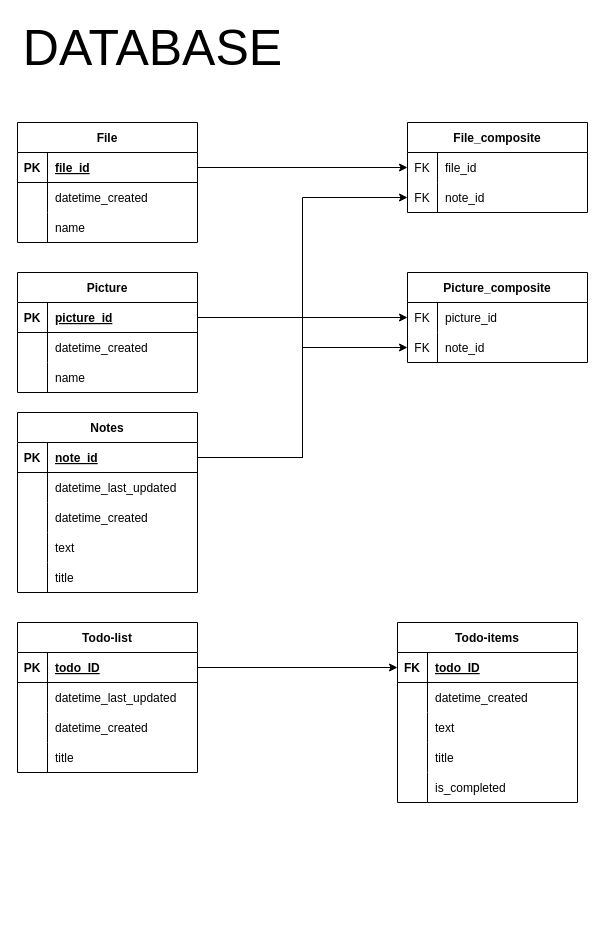
dreamc4t/PimordieProject keeps this draw.io diagram as Doc/DATABAS pimordie.drawio. Above is the earlier version. Source tidied: cells renumbered, new cells numbered last; positions are measured from the earlier drawing's top-left corner, leaving out a move shared by most shapes. Both pictures are drawn from the tidied source at 100%, with x=0, y=0 at pixel (17, 32).
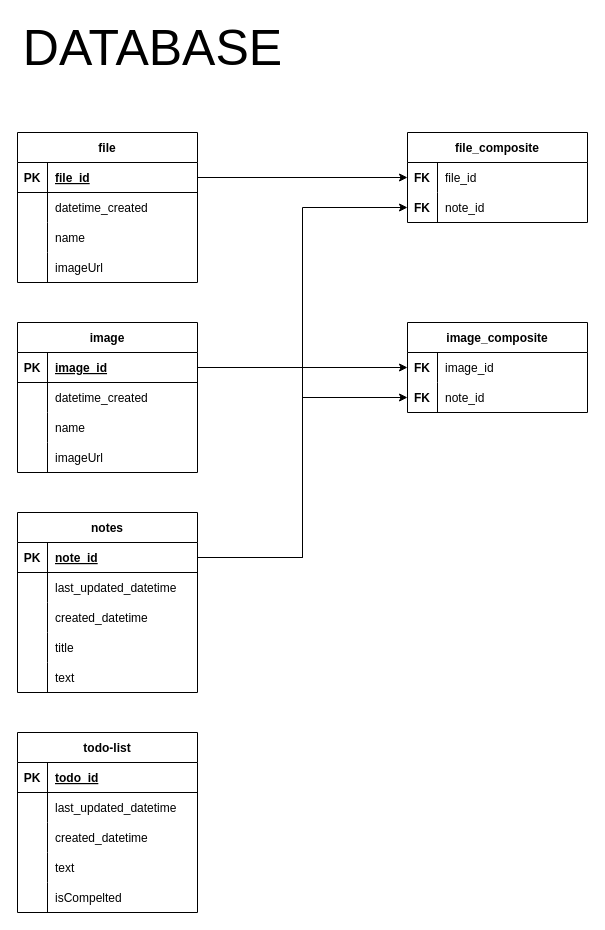
Above is the later version.

Unchanged cells that the change refers to:
```xml
<mxCell id="3" style="shape=partialRectangle;fillColor=none;top=0;left=0;bottom=1;right=0;points=[[0,0.5],[1,0.5]];portConstraint=eastwest;" parent="2" vertex="1">
  <mxGeometry y="30" width="180" height="30" as="geometry" />
</mxCell>
<mxCell id="6" style="shape=partialRectangle;fillColor=none;top=0;left=0;bottom=0;right=0;" parent="2" vertex="1">
  <mxGeometry y="60" width="180" height="30" as="geometry" />
</mxCell>
<mxCell id="9" style="shape=partialRectangle;fillColor=none;top=0;left=0;bottom=0;right=0;" parent="2" vertex="1">
  <mxGeometry y="90" width="180" height="30" as="geometry" />
</mxCell>
<mxCell id="19" style="shape=partialRectangle;fillColor=none;top=0;left=0;bottom=1;right=0;points=[[0,0.5],[1,0.5]];portConstraint=eastwest;" parent="18" vertex="1">
  <mxGeometry y="30" width="180" height="30" as="geometry" />
</mxCell>
<mxCell id="29" style="shape=partialRectangle;fillColor=none;top=0;left=0;bottom=1;right=0;points=[[0,0.5],[1,0.5]];portConstraint=eastwest;" parent="28" vertex="1">
  <mxGeometry y="30" width="180" height="30" as="geometry" />
</mxCell>
<mxCell id="39" style="shape=partialRectangle;fillColor=none;top=0;left=0;bottom=0;right=0;points=[[0,0.5],[1,0.5]];portConstraint=eastwest;" parent="38" vertex="1">
  <mxGeometry y="30" width="180" height="30" as="geometry" />
</mxCell>
<mxCell id="42" style="shape=partialRectangle;fillColor=none;top=0;left=0;bottom=0;right=0;points=[[0,0.5],[1,0.5]];portConstraint=eastwest;" parent="38" vertex="1">
  <mxGeometry y="60" width="180" height="30" as="geometry" />
</mxCell>
<mxCell id="46" style="shape=partialRectangle;fillColor=none;top=0;left=0;bottom=0;right=0;points=[[0,0.5],[1,0.5]];portConstraint=eastwest;" parent="45" vertex="1">
  <mxGeometry y="30" width="180" height="30" as="geometry" />
</mxCell>
<mxCell id="49" style="shape=partialRectangle;fillColor=none;top=0;left=0;bottom=0;right=0;points=[[0,0.5],[1,0.5]];portConstraint=eastwest;" parent="45" vertex="1">
  <mxGeometry y="60" width="180" height="30" as="geometry" />
</mxCell>
<mxCell id="54" style="shape=partialRectangle;fillColor=none;top=0;left=0;bottom=1;right=0;points=[[0,0.5],[1,0.5]];portConstraint=eastwest;" parent="53" vertex="1">
  <mxGeometry y="30" width="180" height="30" as="geometry" />
</mxCell>
<mxCell id="57" style="shape=partialRectangle;fillColor=none;top=0;left=0;bottom=0;right=0;" parent="53" vertex="1">
  <mxGeometry y="60" width="180" height="30" as="geometry" />
</mxCell>
<mxCell id="60" style="shape=partialRectangle;fillColor=none;top=0;left=0;bottom=0;right=0;" parent="53" vertex="1">
  <mxGeometry y="90" width="180" height="30" as="geometry" />
</mxCell>
<mxCell id="63" style="shape=partialRectangle;fillColor=none;top=0;left=0;bottom=0;right=0;" parent="53" vertex="1">
  <mxGeometry y="120" width="180" height="30" as="geometry" />
</mxCell>
```

The edit, as a diff of the source:
```diff
@@
-    <mxCell id="2" value="Notes" style="shape=table;startSize=30;childLayout=tableLayout;rowLines=0;fontStyle=1;align=center;" parent="1" vertex="1">
-      <mxGeometry y="380" width="180" height="180" as="geometry" />
+    <mxCell id="2" value="notes" style="shape=table;startSize=30;childLayout=tableLayout;rowLines=0;fontStyle=1;align=center;" parent="1" vertex="1">
+      <mxGeometry y="480" width="180" height="180" as="geometry" />
     </mxCell>
@@
-    <mxCell id="8" value="datetime_last_updated" style="shape=partialRectangle;fillColor=none;top=0;left=0;bottom=0;right=0;align=left;spacingLeft=6;overflow=hidden;" parent="6" vertex="1">
+    <mxCell id="8" value="last_updated_datetime" style="shape=partialRectangle;fillColor=none;top=0;left=0;bottom=0;right=0;align=left;spacingLeft=6;overflow=hidden;" parent="6" vertex="1">
       <mxGeometry x="30" width="150" height="30" as="geometry" />
     </mxCell>
@@
-    <mxCell id="11" value="datetime_created " style="shape=partialRectangle;fillColor=none;top=0;left=0;bottom=0;right=0;align=left;spacingLeft=6;overflow=hidden;" parent="9" vertex="1">
+    <mxCell id="11" value="created_datetime" style="shape=partialRectangle;fillColor=none;top=0;left=0;bottom=0;right=0;align=left;spacingLeft=6;overflow=hidden;" parent="9" vertex="1">
       <mxGeometry x="30" width="150" height="30" as="geometry" />
     </mxCell>
+    <mxCell id="15" style="shape=partialRectangle;fillColor=none;top=0;left=0;bottom=0;right=0;" parent="2" vertex="1">
+      <mxGeometry y="120" width="180" height="30" as="geometry" />
+    </mxCell>
+    <mxCell id="16" style="shape=partialRectangle;fillColor=none;top=0;left=0;bottom=0;right=0;overflow=hidden;" parent="15" vertex="1">
+      <mxGeometry width="30" height="30" as="geometry" />
+    </mxCell>
+    <mxCell id="17" value="title" style="shape=partialRectangle;fillColor=none;top=0;left=0;bottom=0;right=0;align=left;spacingLeft=6;overflow=hidden;" parent="15" vertex="1">
+      <mxGeometry x="30" width="150" height="30" as="geometry" />
+    </mxCell>
     <mxCell id="12" style="shape=partialRectangle;fillColor=none;top=0;left=0;bottom=0;right=0;" parent="2" vertex="1">
-      <mxGeometry y="120" width="180" height="30" as="geometry" />
+      <mxGeometry y="150" width="180" height="30" as="geometry" />
     </mxCell>
@@
-    <mxCell id="15" style="shape=partialRectangle;fillColor=none;top=0;left=0;bottom=0;right=0;" parent="2" vertex="1">
-      <mxGeometry y="150" width="180" height="30" as="geometry" />
-    </mxCell>
-    <mxCell id="16" style="shape=partialRectangle;fillColor=none;top=0;left=0;bottom=0;right=0;overflow=hidden;" parent="15" vertex="1">
-      <mxGeometry width="30" height="30" as="geometry" />
-    </mxCell>
-    <mxCell id="17" value="title" style="shape=partialRectangle;fillColor=none;top=0;left=0;bottom=0;right=0;align=left;spacingLeft=6;overflow=hidden;" parent="15" vertex="1">
-      <mxGeometry x="30" width="150" height="30" as="geometry" />
-    </mxCell>
-    <mxCell id="18" value="Picture" style="shape=table;startSize=30;childLayout=tableLayout;rowLines=0;fontStyle=1;align=center;" parent="1" vertex="1">
-      <mxGeometry y="240" width="180" height="120" as="geometry" />
+    <mxCell id="18" value="image" style="shape=table;startSize=30;childLayout=tableLayout;rowLines=0;fontStyle=1;align=center;" parent="1" vertex="1">
+      <mxGeometry y="290" width="180" height="150" as="geometry" />
     </mxCell>
@@
-    <mxCell id="21" value="picture_id" style="shape=partialRectangle;fillColor=none;top=0;left=0;bottom=0;right=0;align=left;spacingLeft=6;fontStyle=5;overflow=hidden;" parent="19" vertex="1">
+    <mxCell id="21" value="image_id" style="shape=partialRectangle;fillColor=none;top=0;left=0;bottom=0;right=0;align=left;spacingLeft=6;fontStyle=5;overflow=hidden;" parent="19" vertex="1">
       <mxGeometry x="30" width="150" height="30" as="geometry" />
     </mxCell>
@@
+    <mxCell id="87" style="shape=partialRectangle;fillColor=none;top=0;left=0;bottom=0;right=0;" parent="18" vertex="1">
+      <mxGeometry y="120" width="180" height="30" as="geometry" />
+    </mxCell>
+    <mxCell id="88" style="shape=partialRectangle;fillColor=none;top=0;left=0;bottom=0;right=0;overflow=hidden;" parent="87" vertex="1">
+      <mxGeometry width="30" height="30" as="geometry" />
+    </mxCell>
+    <mxCell id="89" value="imageUrl" style="shape=partialRectangle;fillColor=none;top=0;left=0;bottom=0;right=0;align=left;spacingLeft=6;overflow=hidden;" parent="87" vertex="1">
+      <mxGeometry x="30" width="150" height="30" as="geometry" />
+    </mxCell>
-    <mxCell id="28" value="File" style="shape=table;startSize=30;childLayout=tableLayout;rowLines=0;fontStyle=1;align=center;" parent="1" vertex="1">
-      <mxGeometry y="90" width="180" height="120" as="geometry" />
+    <mxCell id="28" value="file" style="shape=table;startSize=30;childLayout=tableLayout;rowLines=0;fontStyle=1;align=center;" parent="1" vertex="1">
+      <mxGeometry y="100" width="180" height="150" as="geometry" />
     </mxCell>
@@
+    <mxCell id="90" style="shape=partialRectangle;fillColor=none;top=0;left=0;bottom=0;right=0;" parent="28" vertex="1">
+      <mxGeometry y="120" width="180" height="30" as="geometry" />
+    </mxCell>
+    <mxCell id="91" style="shape=partialRectangle;fillColor=none;top=0;left=0;bottom=0;right=0;overflow=hidden;" parent="90" vertex="1">
+      <mxGeometry width="30" height="30" as="geometry" />
+    </mxCell>
+    <mxCell id="92" value="imageUrl" style="shape=partialRectangle;fillColor=none;top=0;left=0;bottom=0;right=0;align=left;spacingLeft=6;overflow=hidden;" parent="90" vertex="1">
+      <mxGeometry x="30" width="150" height="30" as="geometry" />
+    </mxCell>
-    <mxCell id="38" value="Picture_composite" style="shape=table;startSize=30;childLayout=tableLayout;rowLines=0;fontStyle=1;align=center;" parent="1" vertex="1">
-      <mxGeometry x="390" y="240" width="180" height="90" as="geometry" />
+    <mxCell id="38" value="image_composite" style="shape=table;startSize=30;childLayout=tableLayout;rowLines=0;fontStyle=1;align=center;" parent="1" vertex="1">
+      <mxGeometry x="390" y="290" width="180" height="90" as="geometry" />
     </mxCell>
@@
-    <mxCell id="40" value="FK" style="shape=partialRectangle;fillColor=none;top=0;left=0;bottom=0;right=0;overflow=hidden;" parent="39" vertex="1">
+    <mxCell id="40" value="FK" style="shape=partialRectangle;fillColor=none;top=0;left=0;bottom=0;right=0;overflow=hidden;fontStyle=1;" parent="39" vertex="1">
       <mxGeometry width="30" height="30" as="geometry" />
     </mxCell>
-    <mxCell id="41" value="picture_id" style="shape=partialRectangle;fillColor=none;top=0;left=0;bottom=0;right=0;align=left;spacingLeft=6;overflow=hidden;" parent="39" vertex="1">
+    <mxCell id="41" value="image_id" style="shape=partialRectangle;fillColor=none;top=0;left=0;bottom=0;right=0;align=left;spacingLeft=6;overflow=hidden;" parent="39" vertex="1">
       <mxGeometry x="30" width="150" height="30" as="geometry" />
     </mxCell>
@@
-    <mxCell id="43" value="FK" style="shape=partialRectangle;fillColor=none;top=0;left=0;bottom=0;right=0;overflow=hidden;" parent="42" vertex="1">
+    <mxCell id="43" value="FK" style="shape=partialRectangle;fillColor=none;top=0;left=0;bottom=0;right=0;overflow=hidden;fontStyle=1;" parent="42" vertex="1">
       <mxGeometry width="30" height="30" as="geometry" />
     </mxCell>
@@
-    <mxCell id="45" value="File_composite" style="shape=table;startSize=30;childLayout=tableLayout;rowLines=0;fontStyle=1;align=center;" parent="1" vertex="1">
-      <mxGeometry x="390" y="90" width="180" height="90" as="geometry" />
+    <mxCell id="45" value="file_composite" style="shape=table;startSize=30;childLayout=tableLayout;rowLines=0;fontStyle=1;align=center;" parent="1" vertex="1">
+      <mxGeometry x="390" y="100" width="180" height="90" as="geometry" />
     </mxCell>
@@
-    <mxCell id="47" value="FK" style="shape=partialRectangle;fillColor=none;top=0;left=0;bottom=0;right=0;overflow=hidden;fontStyle=0;" parent="46" vertex="1">
+    <mxCell id="47" value="FK" style="shape=partialRectangle;fillColor=none;top=0;left=0;bottom=0;right=0;overflow=hidden;fontStyle=1;" parent="46" vertex="1">
       <mxGeometry width="30" height="30" as="geometry" />
     </mxCell>
@@
-    <mxCell id="50" value="FK" style="shape=partialRectangle;fillColor=none;top=0;left=0;bottom=0;right=0;overflow=hidden;" parent="49" vertex="1">
+    <mxCell id="50" value="FK" style="shape=partialRectangle;fillColor=none;top=0;left=0;bottom=0;right=0;overflow=hidden;fontStyle=1;" parent="49" vertex="1">
       <mxGeometry width="30" height="30" as="geometry" />
     </mxCell>
@@
-    <mxCell id="52" style="edgeStyle=orthogonalEdgeStyle;rounded=0;jettySize=auto;html=1;exitX=1;exitY=0.5;exitDx=0;exitDy=0;entryX=0;entryY=0.5;entryDx=0;entryDy=0;" parent="1" edge="1" source="54" target="67">
-      <mxGeometry relative="1" as="geometry" />
-    </mxCell>
-    <mxCell id="53" value="Todo-list" style="shape=table;startSize=30;childLayout=tableLayout;rowLines=0;fontStyle=1;align=center;" parent="1" vertex="1">
-      <mxGeometry y="590" width="180" height="150" as="geometry" />
+    <mxCell id="53" value="todo-list" style="shape=table;startSize=30;childLayout=tableLayout;rowLines=0;fontStyle=1;align=center;" parent="1" vertex="1">
+      <mxGeometry y="700" width="180" height="180" as="geometry" />
     </mxCell>
@@
-    <mxCell id="56" value="todo_ID" style="shape=partialRectangle;fillColor=none;top=0;left=0;bottom=0;right=0;align=left;spacingLeft=6;fontStyle=5;overflow=hidden;" parent="54" vertex="1">
+    <mxCell id="56" value="todo_id" style="shape=partialRectangle;fillColor=none;top=0;left=0;bottom=0;right=0;align=left;spacingLeft=6;fontStyle=5;overflow=hidden;" parent="54" vertex="1">
       <mxGeometry x="30" width="150" height="30" as="geometry" />
     </mxCell>
@@
-    <mxCell id="59" value="datetime_last_updated" style="shape=partialRectangle;fillColor=none;top=0;left=0;bottom=0;right=0;align=left;spacingLeft=6;overflow=hidden;" parent="57" vertex="1">
+    <mxCell id="59" value="last_updated_datetime" style="shape=partialRectangle;fillColor=none;top=0;left=0;bottom=0;right=0;align=left;spacingLeft=6;overflow=hidden;" parent="57" vertex="1">
       <mxGeometry x="30" width="150" height="30" as="geometry" />
     </mxCell>
@@
-    <mxCell id="62" value="datetime_created " style="shape=partialRectangle;fillColor=none;top=0;left=0;bottom=0;right=0;align=left;spacingLeft=6;overflow=hidden;" parent="60" vertex="1">
+    <mxCell id="62" value="created_datetime" style="shape=partialRectangle;fillColor=none;top=0;left=0;bottom=0;right=0;align=left;spacingLeft=6;overflow=hidden;" parent="60" vertex="1">
       <mxGeometry x="30" width="150" height="30" as="geometry" />
     </mxCell>
@@
-    <mxCell id="65" value="title" style="shape=partialRectangle;fillColor=none;top=0;left=0;bottom=0;right=0;align=left;spacingLeft=6;overflow=hidden;" parent="63" vertex="1">
+    <mxCell id="65" value="text" style="shape=partialRectangle;fillColor=none;top=0;left=0;bottom=0;right=0;align=left;spacingLeft=6;overflow=hidden;" parent="63" vertex="1">
       <mxGeometry x="30" width="150" height="30" as="geometry" />
     </mxCell>
-    <mxCell id="66" value="Todo-items" style="shape=table;startSize=30;childLayout=tableLayout;rowLines=0;fontStyle=1;align=center;" parent="1" vertex="1">
-      <mxGeometry x="380" y="590" width="180" height="180" as="geometry" />
-    </mxCell>
-    <mxCell id="67" style="shape=partialRectangle;fillColor=none;top=0;left=0;bottom=1;right=0;points=[[0,0.5],[1,0.5]];portConstraint=eastwest;" parent="66" vertex="1">
-      <mxGeometry y="30" width="180" height="30" as="geometry" />
-    </mxCell>
-    <mxCell id="68" value="FK" style="shape=partialRectangle;fillColor=none;top=0;left=0;bottom=0;right=0;fontStyle=1;overflow=hidden;" parent="67" vertex="1">
-      <mxGeometry width="30" height="30" as="geometry" />
-    </mxCell>
-    <mxCell id="69" value="todo_ID" style="shape=partialRectangle;fillColor=none;top=0;left=0;bottom=0;right=0;align=left;spacingLeft=6;fontStyle=5;overflow=hidden;" parent="67" vertex="1">
-      <mxGeometry x="30" width="150" height="30" as="geometry" />
-    </mxCell>
-    <mxCell id="70" style="shape=partialRectangle;fillColor=none;top=0;left=0;bottom=0;right=0;" parent="66" vertex="1">
-      <mxGeometry y="60" width="180" height="30" as="geometry" />
-    </mxCell>
-    <mxCell id="71" style="shape=partialRectangle;fillColor=none;top=0;left=0;bottom=0;right=0;overflow=hidden;" parent="70" vertex="1">
-      <mxGeometry width="30" height="30" as="geometry" />
-    </mxCell>
-    <mxCell id="72" value="datetime_created " style="shape=partialRectangle;fillColor=none;top=0;left=0;bottom=0;right=0;align=left;spacingLeft=6;overflow=hidden;" parent="70" vertex="1">
-      <mxGeometry x="30" width="150" height="30" as="geometry" />
-    </mxCell>
-    <mxCell id="73" style="shape=partialRectangle;fillColor=none;top=0;left=0;bottom=0;right=0;" parent="66" vertex="1">
-      <mxGeometry y="90" width="180" height="30" as="geometry" />
-    </mxCell>
-    <mxCell id="74" style="shape=partialRectangle;fillColor=none;top=0;left=0;bottom=0;right=0;overflow=hidden;" parent="73" vertex="1">
-      <mxGeometry width="30" height="30" as="geometry" />
-    </mxCell>
-    <mxCell id="75" value="text" style="shape=partialRectangle;fillColor=none;top=0;left=0;bottom=0;right=0;align=left;spacingLeft=6;overflow=hidden;" parent="73" vertex="1">
-      <mxGeometry x="30" width="150" height="30" as="geometry" />
-    </mxCell>
-    <mxCell id="76" style="shape=partialRectangle;fillColor=none;top=0;left=0;bottom=0;right=0;" parent="66" vertex="1">
-      <mxGeometry y="120" width="180" height="30" as="geometry" />
-    </mxCell>
-    <mxCell id="77" style="shape=partialRectangle;fillColor=none;top=0;left=0;bottom=0;right=0;overflow=hidden;" parent="76" vertex="1">
-      <mxGeometry width="30" height="30" as="geometry" />
-    </mxCell>
-    <mxCell id="78" value="title" style="shape=partialRectangle;fillColor=none;top=0;left=0;bottom=0;right=0;align=left;spacingLeft=6;overflow=hidden;" parent="76" vertex="1">
-      <mxGeometry x="30" width="150" height="30" as="geometry" />
-    </mxCell>
-    <mxCell id="79" style="shape=partialRectangle;fillColor=none;top=0;left=0;bottom=0;right=0;" parent="66" vertex="1">
+    <mxCell id="79" style="shape=partialRectangle;fillColor=none;top=0;left=0;bottom=0;right=0;" parent="53" vertex="1">
       <mxGeometry y="150" width="180" height="30" as="geometry" />
     </mxCell>
-    <mxCell id="80" style="shape=partialRectangle;fillColor=none;top=0;left=0;bottom=0;right=0;overflow=hidden;" parent="79" vertex="1">
-      <mxGeometry width="30" height="30" as="geometry" />
-    </mxCell>
-    <mxCell id="81" value="is_completed" style="shape=partialRectangle;fillColor=none;top=0;left=0;bottom=0;right=0;align=left;spacingLeft=6;overflow=hidden;" parent="79" vertex="1">
-      <mxGeometry x="30" width="150" height="30" as="geometry" />
-    </mxCell>
+    <mxCell id="93" style="shape=partialRectangle;fillColor=none;top=0;left=0;bottom=0;right=0;overflow=hidden;" parent="79" vertex="1">
+      <mxGeometry width="30" height="30" as="geometry" />
+    </mxCell>
+    <mxCell id="94" value="isCompelted" style="shape=partialRectangle;fillColor=none;top=0;left=0;bottom=0;right=0;align=left;spacingLeft=6;overflow=hidden;" parent="79" vertex="1">
+      <mxGeometry x="30" width="150" height="30" as="geometry" />
+    </mxCell>
@@
-    <mxCell id="83" style="edgeStyle=orthogonalEdgeStyle;rounded=0;jettySize=auto;html=1;" parent="1" edge="1" source="29" target="46">
+    <mxCell id="83" style="edgeStyle=orthogonalEdgeStyle;rounded=0;jettySize=auto;html=1;entryX=0;entryY=0.5;entryDx=0;entryDy=0;" parent="1" edge="1" source="29" target="46">
       <mxGeometry relative="1" as="geometry" />
     </mxCell>
-    <mxCell id="84" style="edgeStyle=orthogonalEdgeStyle;rounded=0;jettySize=auto;html=1;exitX=1;exitY=0.5;exitDx=0;exitDy=0;entryX=0;entryY=0.5;entryDx=0;entryDy=0;" parent="1" edge="1" source="3" target="42">
-      <mxGeometry relative="1" as="geometry" />
-    </mxCell>
@@
-    <mxCell id="86" style="edgeStyle=orthogonalEdgeStyle;rounded=0;jettySize=auto;html=1;exitX=1;exitY=0.5;exitDx=0;exitDy=0;" parent="1" edge="1" source="19" target="39">
+    <mxCell id="86" style="edgeStyle=orthogonalEdgeStyle;rounded=0;jettySize=auto;html=1;entryX=0;entryY=0.5;entryDx=0;entryDy=0;" parent="1" edge="1" source="19" target="39">
       <mxGeometry relative="1" as="geometry" />
     </mxCell>
+    <mxCell id="84" style="edgeStyle=orthogonalEdgeStyle;rounded=0;jettySize=auto;html=1;" parent="1" edge="1" source="3" target="42">
+      <mxGeometry relative="1" as="geometry" />
+    </mxCell>
```
